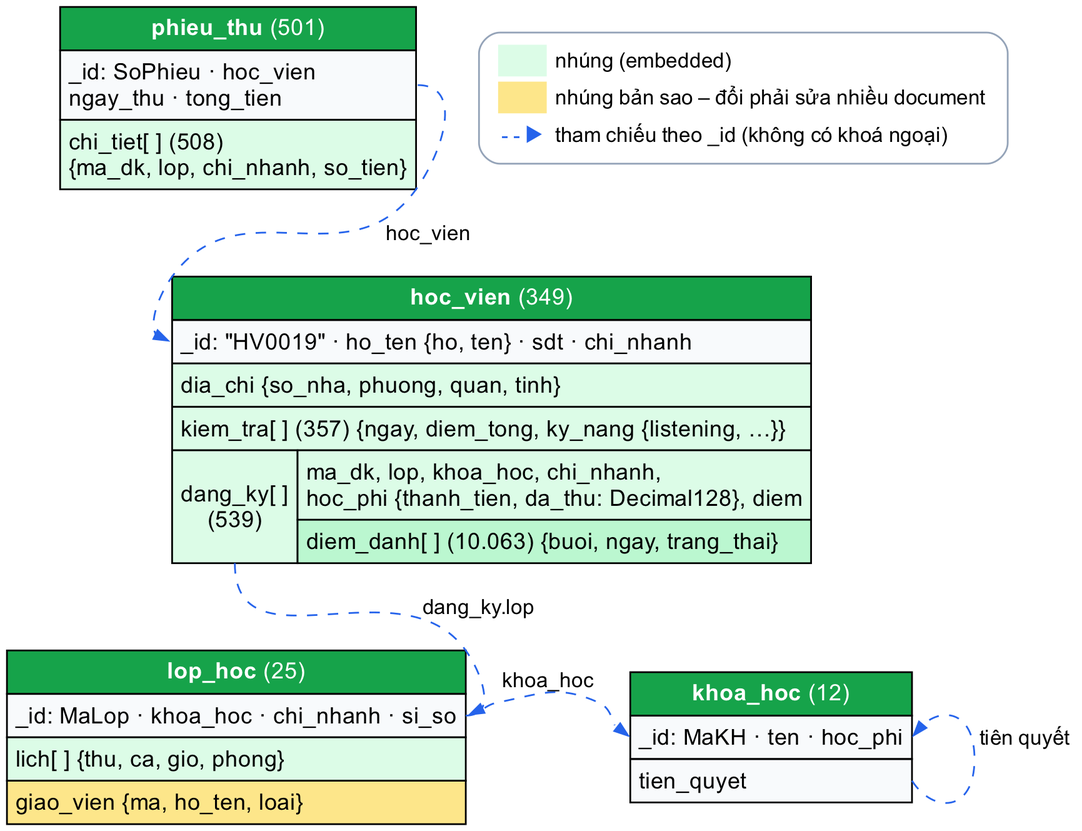
nhutruong-uit/ecms keeps this Graphviz diagram as report/images/ch5/mongo-document.png. Above is the earlier version. Its source is kept beside it as report/images/ch5/mongo-document.dot.
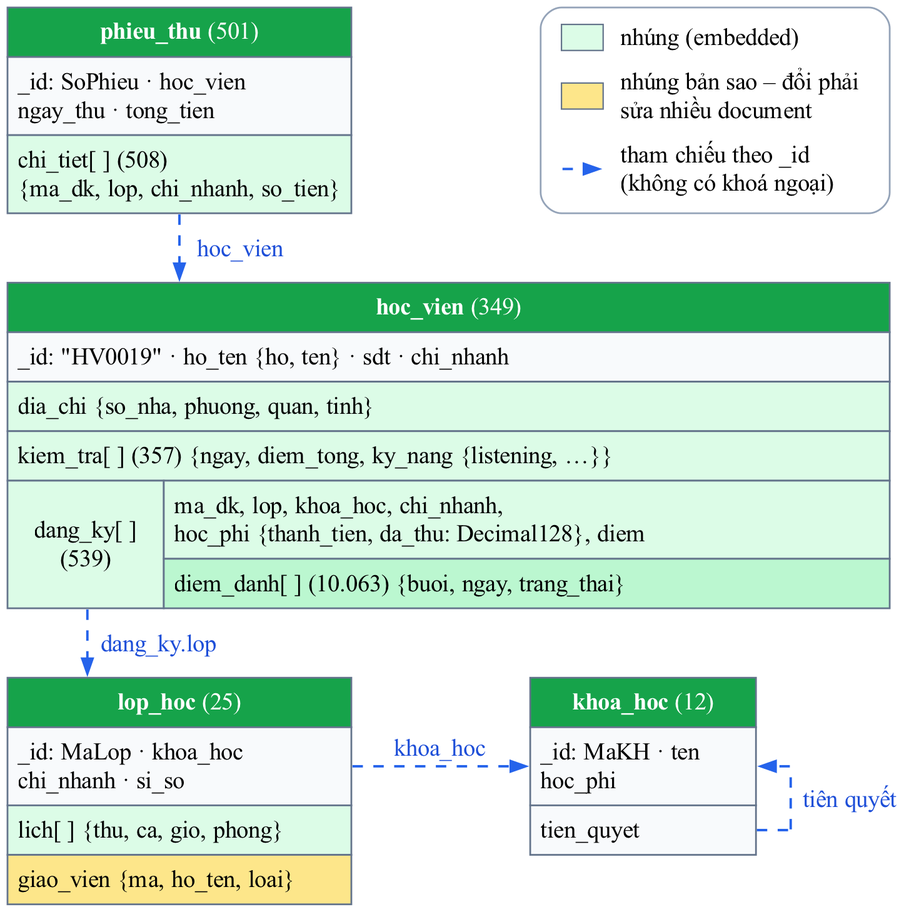
Later version of the same file.

Change to the diagram source:
```diff
@@ -1,45 +1,60 @@
 digraph Mongo {
-  rankdir=TB; nodesep=0.5; ranksep=0.5; fontname="Arial"; bgcolor="white"; newrank=true;
-  node [shape=plain, fontname="Arial", fontsize=13]; edge [fontname="Arial", fontsize=12, arrowsize=0.8];
+  graph [splines=line, pad=0.06, bgcolor="white"];
+  node  [shape=plain, fontname="Times New Roman,", fontsize=14];
+  edge  [color="#2563eb", style=dashed, penwidth=1.4, arrowsize=0.85, fontname="Times New Roman,", fontsize=14];
 
-  pt [label=<<TABLE BORDER="0" CELLBORDER="1" CELLSPACING="0" CELLPADDING="4" BGCOLOR="#f8fafc">
-    <TR><TD BGCOLOR="#16a34a"><FONT COLOR="white"><B>phieu_thu</B> (501)</FONT></TD></TR>
-    <TR><TD ALIGN="LEFT" PORT="hv">_id: SoPhieu · hoc_vien<BR ALIGN="LEFT"/>ngay_thu · tong_tien<BR ALIGN="LEFT"/></TD></TR>
-    <TR><TD ALIGN="LEFT" BGCOLOR="#dcfce7" PORT="ct">chi_tiet[ ] (508)<BR ALIGN="LEFT"/>{ma_dk, lop, chi_nhanh, so_tien}<BR ALIGN="LEFT"/></TD></TR>
-  </TABLE>>];
+  lg [pos="406.5,457.25!", shape=box, style="rounded", color="#94a3b8", fixedsize=true, width=2.7917, height=1.6458, label=""];
+  node [shape=box, style="filled", fixedsize=true, width=0.3333, height=0.2083, label="", penwidth=0.8, color="#64748b"];
+  s1 [pos="330,499.25!", fillcolor="#dcfce7"];
+  s2 [pos="330,465.5!", fillcolor="#fde68a"];
+  node [shape=plain, style="", fixedsize=false, width=0, height=0];
+  c1 [pos="425,499.25!", label=<<TABLE BORDER="0" CELLPADDING="0" CELLSPACING="0"><TR><TD WIDTH="146" ALIGN="LEFT">nhúng (embedded)</TD></TR></TABLE>>];
+  c2 [pos="425,465.5!", label=<<TABLE BORDER="0" CELLPADDING="0" CELLSPACING="0"><TR><TD WIDTH="146" ALIGN="LEFT" BALIGN="LEFT">nhúng bản sao – đổi phải<BR/>sửa nhiều document</TD></TR></TABLE>>];
+  c3 [pos="425,423.5!", label=<<TABLE BORDER="0" CELLPADDING="0" CELLSPACING="0"><TR><TD WIDTH="146" ALIGN="LEFT" BALIGN="LEFT">tham chiếu theo _id<BR/>(không có khoá ngoại)</TD></TR></TABLE>>];
 
-  lg [shape=box, style="rounded", color="#94a3b8", fontsize=12, label=<<TABLE BORDER="0" CELLSPACING="3">
-    <TR><TD BGCOLOR="#dcfce7" WIDTH="18"> </TD><TD ALIGN="LEFT">nhúng (embedded)</TD></TR>
-    <TR><TD BGCOLOR="#fde68a" WIDTH="18"> </TD><TD ALIGN="LEFT">nhúng bản sao – đổi phải sửa nhiều document</TD></TR>
-    <TR><TD><FONT COLOR="#2563eb">- - ▶</FONT></TD><TD ALIGN="LEFT">tham chiếu theo _id (không có khoá ngoại)</TD></TR></TABLE>>];
+  pt [pos="98,457.25!", label=<
+    <TABLE BORDER="0" CELLBORDER="1" CELLSPACING="0" CELLPADDING="5" COLOR="#64748b">
+      <TR><TD HEIGHT="28" WIDTH="198" BGCOLOR="#16a34a"><FONT COLOR="white"><B>phieu_thu</B> (501)</FONT></TD></TR>
+      <TR><TD ALIGN="LEFT" BALIGN="LEFT" HEIGHT="42" BGCOLOR="#f8fafc">_id: SoPhieu · hoc_vien<BR/>ngay_thu · tong_tien</TD></TR>
+      <TR><TD ALIGN="LEFT" BALIGN="LEFT" HEIGHT="42" BGCOLOR="#dcfce7">chi_tiet[ ] (508)<BR/>{ma_dk, lop, chi_nhanh, so_tien}</TD></TR>
+    </TABLE>>];
+  hv [pos="253,264.25!", label=<
+    <TABLE BORDER="0" CELLBORDER="1" CELLSPACING="0" CELLPADDING="5" COLOR="#64748b">
+      <TR><TD HEIGHT="28" WIDTH="508" BGCOLOR="#16a34a" COLSPAN="2"><FONT COLOR="white"><B>hoc_vien</B> (349)</FONT></TD></TR>
+      <TR><TD ALIGN="LEFT" BALIGN="LEFT" HEIGHT="26" BGCOLOR="#f8fafc" COLSPAN="2">_id: "HV0019" · ho_ten {ho, ten} · sdt · chi_nhanh</TD></TR>
+      <TR><TD ALIGN="LEFT" BALIGN="LEFT" HEIGHT="26" BGCOLOR="#dcfce7" COLSPAN="2">dia_chi {so_nha, phuong, quan, tinh}</TD></TR>
+      <TR><TD ALIGN="LEFT" BALIGN="LEFT" HEIGHT="26" BGCOLOR="#dcfce7" COLSPAN="2">kiem_tra[ ] (357) {ngay, diem_tong, ky_nang {listening, …}}</TD></TR>
+      <TR><TD ROWSPAN="2" WIDTH="90" HEIGHT="68" BGCOLOR="#dcfce7">dang_ky[ ]<BR/>(539)</TD><TD ALIGN="LEFT" BALIGN="LEFT" WIDTH="418" HEIGHT="42" BGCOLOR="#dcfce7">ma_dk, lop, khoa_hoc, chi_nhanh,<BR/>hoc_phi {thanh_tien, da_thu: Decimal128}, diem</TD></TR>
+      <TR><TD ALIGN="LEFT" HEIGHT="26" BGCOLOR="#bbf7d0">diem_danh[ ] (10.063) {buoi, ngay, trang_thai}</TD></TR>
+    </TABLE>>];
+  lop [pos="98,65.25!", label=<
+    <TABLE BORDER="0" CELLBORDER="1" CELLSPACING="0" CELLPADDING="5" COLOR="#64748b">
+      <TR><TD HEIGHT="28" WIDTH="198" BGCOLOR="#16a34a"><FONT COLOR="white"><B>lop_hoc</B> (25)</FONT></TD></TR>
+      <TR><TD ALIGN="LEFT" BALIGN="LEFT" HEIGHT="42" BGCOLOR="#f8fafc">_id: MaLop · khoa_hoc<BR/>chi_nhanh · si_so</TD></TR>
+      <TR><TD ALIGN="LEFT" BALIGN="LEFT" HEIGHT="26" BGCOLOR="#dcfce7">lich[ ] {thu, ca, gio, phong}</TD></TR>
+      <TR><TD ALIGN="LEFT" BALIGN="LEFT" HEIGHT="26" BGCOLOR="#fde68a">giao_vien {ma, ho_ten, loai}</TD></TR>
+    </TABLE>>];
+  kh [pos="365,79.5!", label=<
+    <TABLE BORDER="0" CELLBORDER="1" CELLSPACING="0" CELLPADDING="5" COLOR="#64748b">
+      <TR><TD HEIGHT="28" WIDTH="130" BGCOLOR="#16a34a"><FONT COLOR="white"><B>khoa_hoc</B> (12)</FONT></TD></TR>
+      <TR><TD ALIGN="LEFT" BALIGN="LEFT" HEIGHT="42" BGCOLOR="#f8fafc">_id: MaKH · ten<BR/>hoc_phi</TD></TR>
+      <TR><TD ALIGN="LEFT" BALIGN="LEFT" HEIGHT="26" BGCOLOR="#f8fafc">tien_quyet</TD></TR>
+    </TABLE>>];
 
-  hv [label=<<TABLE BORDER="0" CELLBORDER="1" CELLSPACING="0" CELLPADDING="4" BGCOLOR="#f8fafc">
-    <TR><TD BGCOLOR="#16a34a" COLSPAN="2"><FONT COLOR="white"><B>hoc_vien</B> (349)</FONT></TD></TR>
-    <TR><TD ALIGN="LEFT" COLSPAN="2" PORT="top">_id: "HV0019" · ho_ten {ho, ten} · sdt · chi_nhanh</TD></TR>
-    <TR><TD ALIGN="LEFT" COLSPAN="2" BGCOLOR="#dcfce7">dia_chi {so_nha, phuong, quan, tinh}</TD></TR>
-    <TR><TD ALIGN="LEFT" COLSPAN="2" BGCOLOR="#dcfce7">kiem_tra[ ] (357) {ngay, diem_tong, ky_nang {listening, …}}</TD></TR>
-    <TR><TD ALIGN="LEFT" BGCOLOR="#dcfce7" ROWSPAN="2" PORT="dk">dang_ky[ ]<BR ALIGN="LEFT"/>(539)</TD><TD ALIGN="LEFT" BGCOLOR="#dcfce7">ma_dk, lop, khoa_hoc, chi_nhanh,<BR ALIGN="LEFT"/>hoc_phi {thanh_tien, da_thu: Decimal128}, diem<BR ALIGN="LEFT"/></TD></TR>
-    <TR><TD ALIGN="LEFT" BGCOLOR="#bbf7d0">diem_danh[ ] (10.063) {buoi, ngay, trang_thai}</TD></TR>
-  </TABLE>>];
+  node [shape=point, width=0.01, height=0.01, style=invis, label=""];
+  a1 [pos="98,398!"];  b1 [pos="98,358!"];       // phieu_thu (đáy) → hoc_vien (đỉnh)
+  a2 [pos="45,170.5!"];  b2 [pos="45,130.5!"];       // hoc_vien.dang_ky (đáy) → lop_hoc (đỉnh)
+  a3 [pos="197,79.5!"]; b3 [pos="300,79.5!"];      // lop_hoc._id ở mép phải → khoa_hoc._id ở mép trái
+  a4 [pos="430,42.75!"]; q4 [pos="450,42.75!"]; r4 [pos="450,79.5!"]; b4 [pos="430,79.5!"];   // tien_quyet → khoa_hoc._id
+  e1 [pos="318,423.5!"]; f1 [pos="342,423.5!"];   // mẫu mũi tên trong chú giải
 
-  lop [label=<<TABLE BORDER="0" CELLBORDER="1" CELLSPACING="0" CELLPADDING="4" BGCOLOR="#f8fafc">
-    <TR><TD BGCOLOR="#16a34a"><FONT COLOR="white"><B>lop_hoc</B> (25)</FONT></TD></TR>
-    <TR><TD ALIGN="LEFT" PORT="kh">_id: MaLop · khoa_hoc · chi_nhanh · si_so</TD></TR>
-    <TR><TD ALIGN="LEFT" BGCOLOR="#dcfce7">lich[ ] {thu, ca, gio, phong}</TD></TR>
-    <TR><TD ALIGN="LEFT" BGCOLOR="#fde68a">giao_vien {ma, ho_ten, loai}</TD></TR>
-  </TABLE>>];
+  node [shape=plain, style="", width=0, height=0, fontcolor="#1d4ed8"];
+  n1 [pos="133,378!", label="hoc_vien"];
+  n2 [pos="86,150.5!",  label="dang_ky.lop"];
+  n3 [pos="248,90.5!", label="khoa_hoc"];
+  n4 [pos="484,61.1!", label="tiên quyết"];
 
-  kh [label=<<TABLE BORDER="0" CELLBORDER="1" CELLSPACING="0" CELLPADDING="4" BGCOLOR="#f8fafc">
-    <TR><TD BGCOLOR="#16a34a"><FONT COLOR="white"><B>khoa_hoc</B> (12)</FONT></TD></TR>
-    <TR><TD ALIGN="LEFT" PORT="id">_id: MaKH · ten · hoc_phi</TD></TR>
-    <TR><TD ALIGN="LEFT" PORT="tq">tien_quyet</TD></TR>
-  </TABLE>>];
-
-  { rank=same; pt; lg; }
-  { rank=same; lop; kh; }
-  pt:hv -> hv:top [color="#2563eb", style=dashed, label=" hoc_vien "];
-  hv:dk -> lop:kh [color="#2563eb", style=dashed, label=" dang_ky.lop "];
-  lop:kh -> kh:id [color="#2563eb", style=dashed, label=" khoa_hoc "];
-  kh:tq:e -> kh:id:e [color="#2563eb", style=dashed, label=" tiên quyết "];
-  lg -> hv [style=invis];
+  a1 -> b1; a2 -> b2; a3 -> b3;
+  a4 -> q4 [arrowhead=none]; q4 -> r4 [arrowhead=none]; r4 -> b4;
+  e1 -> f1;
 }
```
